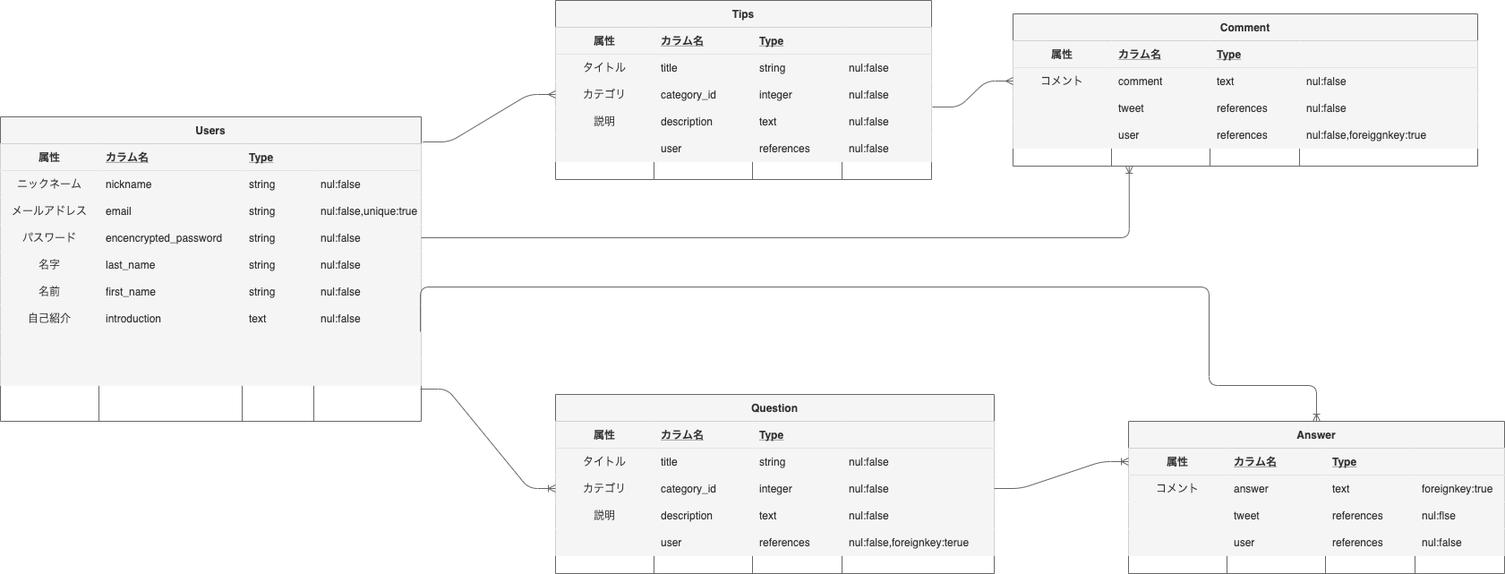
Before: ER.png, a diagram exported from draw.io (arata-t/archtips). Source tidied: cells renumbered, new cells last; positions are measured from the earlier drawing's top-left corner, leaving out a move shared by most shapes.
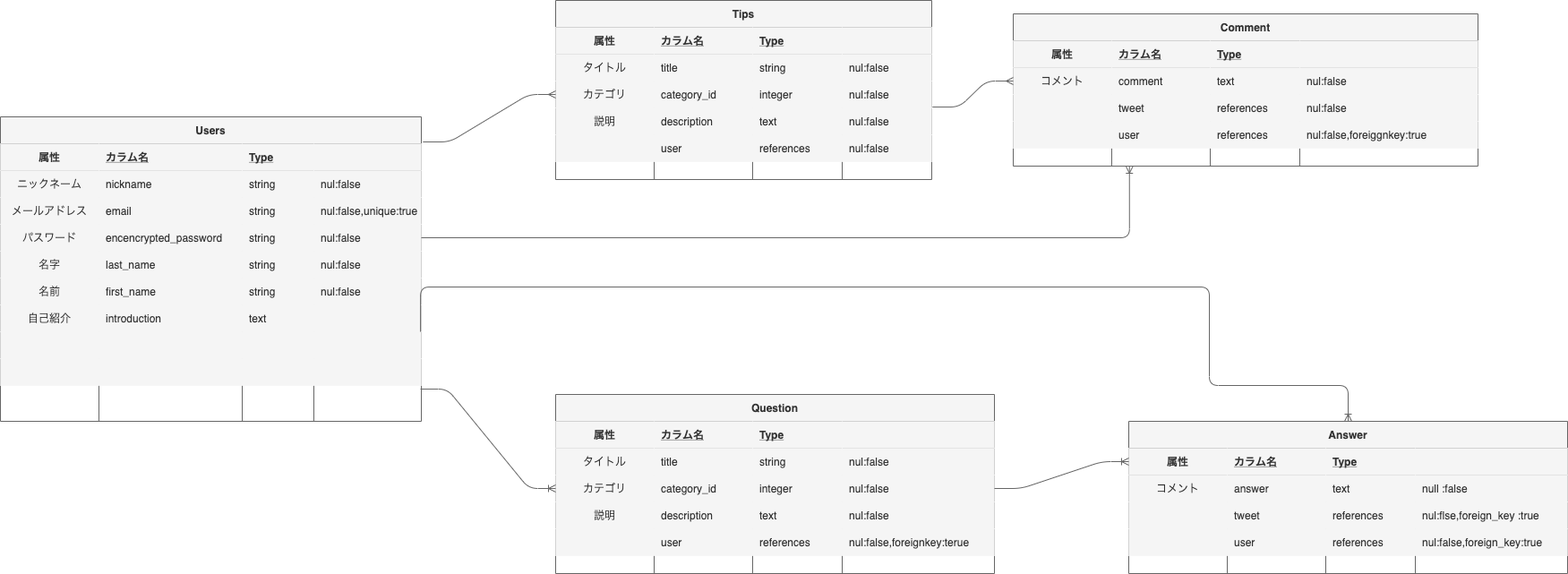
The same diagram one commit later.

What changed in the source:
```diff
@@ -107,7 +107,7 @@
     <mxCell id="36" value="text" style="shape=partialRectangle;fillColor=#f5f5f5;top=0;left=0;bottom=0;right=0;align=left;spacingLeft=6;overflow=hidden;strokeColor=#666666;fontColor=#333333;" parent="33" vertex="1">
       <mxGeometry x="270" width="80" height="30" as="geometry" />
     </mxCell>
-    <mxCell id="37" value="nul:false" style="shape=partialRectangle;fillColor=#f5f5f5;top=0;left=0;bottom=0;right=0;align=left;spacingLeft=6;overflow=hidden;strokeColor=#666666;fontColor=#333333;" parent="33" vertex="1">
+    <mxCell id="37" style="shape=partialRectangle;fillColor=#f5f5f5;top=0;left=0;bottom=0;right=0;align=left;spacingLeft=6;overflow=hidden;strokeColor=#666666;fontColor=#333333;" parent="33" vertex="1">
       <mxGeometry x="350" width="120" height="30" as="geometry" />
     </mxCell>
     <mxCell id="38" style="shape=partialRectangle;fillColor=#f5f5f5;top=0;left=0;bottom=0;right=0;points=[[0,0.5],[1,0.5]];portConstraint=eastwest;strokeColor=#666666;fontColor=#333333;" parent="2" vertex="1">
@@ -369,10 +369,10 @@
       <mxGeometry relative="1" as="geometry" />
     </mxCell>
     <mxCell id="124" value="Answer" style="shape=table;startSize=30;rowLines=0;fontStyle=1;align=center;strokeColor=#666666;fontColor=#333333;fillColor=#f5f5f5;" parent="1" vertex="1">
-      <mxGeometry x="1260" y="470" width="420" height="170" as="geometry" />
+      <mxGeometry x="1260" y="470" width="490" height="170" as="geometry" />
     </mxCell>
     <mxCell id="125" style="shape=partialRectangle;fillColor=#f5f5f5;top=0;left=0;bottom=1;right=0;points=[[0,0.5],[1,0.5]];portConstraint=eastwest;strokeColor=#666666;fontColor=#333333;" parent="124" vertex="1">
-      <mxGeometry y="30" width="420" height="30" as="geometry" />
+      <mxGeometry y="30" width="490" height="30" as="geometry" />
     </mxCell>
     <mxCell id="126" value="属性" style="shape=partialRectangle;fillColor=#f5f5f5;top=0;left=0;bottom=0;right=0;fontStyle=1;overflow=hidden;strokeColor=#666666;fontColor=#333333;" parent="125" vertex="1">
       <mxGeometry width="110" height="30" as="geometry" />
@@ -384,10 +384,10 @@
       <mxGeometry x="220" width="100" height="30" as="geometry" />
     </mxCell>
     <mxCell id="129" style="shape=partialRectangle;fillColor=#f5f5f5;top=0;left=0;bottom=0;right=0;align=left;spacingLeft=6;fontStyle=5;overflow=hidden;strokeColor=#666666;fontColor=#333333;" parent="125" vertex="1">
-      <mxGeometry x="320" width="100" height="30" as="geometry" />
+      <mxGeometry x="320" width="170" height="30" as="geometry" />
     </mxCell>
     <mxCell id="130" style="shape=partialRectangle;fillColor=#f5f5f5;top=0;left=0;bottom=0;right=0;strokeColor=#666666;fontColor=#333333;" parent="124" vertex="1">
-      <mxGeometry y="60" width="420" height="30" as="geometry" />
+      <mxGeometry y="60" width="490" height="30" as="geometry" />
     </mxCell>
     <mxCell id="131" value="コメント" style="shape=partialRectangle;fillColor=#f5f5f5;top=0;left=0;bottom=0;right=0;overflow=hidden;strokeColor=#666666;fontColor=#333333;" parent="130" vertex="1">
       <mxGeometry width="110" height="30" as="geometry" />
@@ -398,11 +398,11 @@
     <mxCell id="133" value="text" style="shape=partialRectangle;fillColor=#f5f5f5;top=0;left=0;bottom=0;right=0;align=left;spacingLeft=6;overflow=hidden;strokeColor=#666666;fontColor=#333333;" parent="130" vertex="1">
       <mxGeometry x="220" width="100" height="30" as="geometry" />
     </mxCell>
-    <mxCell id="134" value="foreignkey:true" style="shape=partialRectangle;fillColor=#f5f5f5;top=0;left=0;bottom=0;right=0;align=left;spacingLeft=6;overflow=hidden;strokeColor=#666666;fontColor=#333333;" parent="130" vertex="1">
-      <mxGeometry x="320" width="100" height="30" as="geometry" />
+    <mxCell id="134" value="null :false" style="shape=partialRectangle;fillColor=#f5f5f5;top=0;left=0;bottom=0;right=0;align=left;spacingLeft=6;overflow=hidden;strokeColor=#666666;fontColor=#333333;" parent="130" vertex="1">
+      <mxGeometry x="320" width="170" height="30" as="geometry" />
     </mxCell>
     <mxCell id="135" style="shape=partialRectangle;fillColor=#f5f5f5;top=0;left=0;bottom=0;right=0;strokeColor=#666666;fontColor=#333333;" parent="124" vertex="1">
-      <mxGeometry y="90" width="420" height="30" as="geometry" />
+      <mxGeometry y="90" width="490" height="30" as="geometry" />
     </mxCell>
     <mxCell id="136" style="shape=partialRectangle;fillColor=#f5f5f5;top=0;left=0;bottom=0;right=0;overflow=hidden;strokeColor=#666666;fontColor=#333333;" parent="135" vertex="1">
       <mxGeometry width="110" height="30" as="geometry" />
@@ -413,11 +413,11 @@
     <mxCell id="138" value="references" style="shape=partialRectangle;fillColor=#f5f5f5;top=0;left=0;bottom=0;right=0;align=left;spacingLeft=6;overflow=hidden;strokeColor=#666666;fontColor=#333333;" parent="135" vertex="1">
       <mxGeometry x="220" width="100" height="30" as="geometry" />
     </mxCell>
-    <mxCell id="139" value="nul:flse" style="shape=partialRectangle;fillColor=#f5f5f5;top=0;left=0;bottom=0;right=0;align=left;spacingLeft=6;overflow=hidden;strokeColor=#666666;fontColor=#333333;" parent="135" vertex="1">
-      <mxGeometry x="320" width="100" height="30" as="geometry" />
+    <mxCell id="139" value="nul:flse,foreign_key :true" style="shape=partialRectangle;fillColor=#f5f5f5;top=0;left=0;bottom=0;right=0;align=left;spacingLeft=6;overflow=hidden;strokeColor=#666666;fontColor=#333333;" parent="135" vertex="1">
+      <mxGeometry x="320" width="170" height="30" as="geometry" />
     </mxCell>
     <mxCell id="140" style="shape=partialRectangle;fillColor=#f5f5f5;top=0;left=0;bottom=0;right=0;strokeColor=#666666;fontColor=#333333;" parent="124" vertex="1">
-      <mxGeometry y="120" width="420" height="30" as="geometry" />
+      <mxGeometry y="120" width="490" height="30" as="geometry" />
     </mxCell>
     <mxCell id="141" style="shape=partialRectangle;fillColor=#f5f5f5;top=0;left=0;bottom=0;right=0;overflow=hidden;align=center;verticalAlign=middle;strokeColor=#666666;fontColor=#333333;" parent="140" vertex="1">
       <mxGeometry width="110" height="30" as="geometry" />
@@ -428,8 +428,8 @@
     <mxCell id="143" value="references" style="shape=partialRectangle;fillColor=#f5f5f5;top=0;left=0;bottom=0;right=0;align=left;spacingLeft=6;overflow=hidden;strokeColor=#666666;fontColor=#333333;" parent="140" vertex="1">
       <mxGeometry x="220" width="100" height="30" as="geometry" />
     </mxCell>
-    <mxCell id="144" value="nul:false" style="shape=partialRectangle;fillColor=#f5f5f5;top=0;left=0;bottom=0;right=0;align=left;spacingLeft=6;overflow=hidden;strokeColor=#666666;fontColor=#333333;" parent="140" vertex="1">
-      <mxGeometry x="320" width="100" height="30" as="geometry" />
+    <mxCell id="144" value="nul:false,foreign_key:true" style="shape=partialRectangle;fillColor=#f5f5f5;top=0;left=0;bottom=0;right=0;align=left;spacingLeft=6;overflow=hidden;strokeColor=#666666;fontColor=#333333;" parent="140" vertex="1">
+      <mxGeometry x="320" width="170" height="30" as="geometry" />
     </mxCell>
     <mxCell id="145" style="edgeStyle=entityRelationEdgeStyle;fontSize=12;html=1;endArrow=ERoneToMany;entryX=0;entryY=0.5;entryDx=0;entryDy=0;exitX=1;exitY=0.5;exitDx=0;exitDy=0;labelBackgroundColor=#F1FAEE;strokeColor=#666666;fontColor=#1D3557;fillColor=#f5f5f5;" parent="1" edge="1" source="85" target="125">
       <mxGeometry relative="1" as="geometry" />
```
